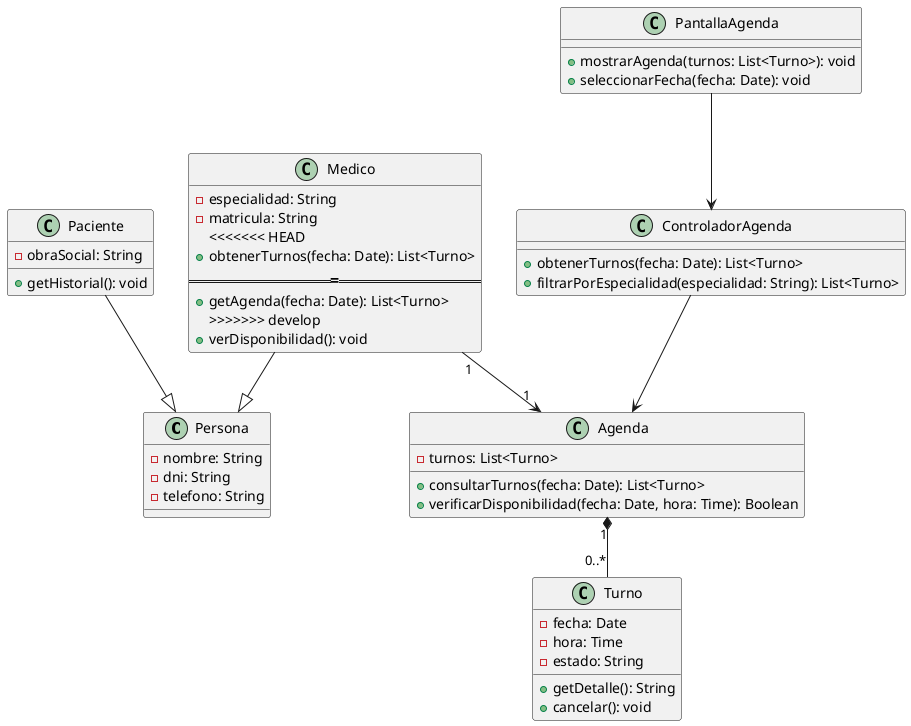
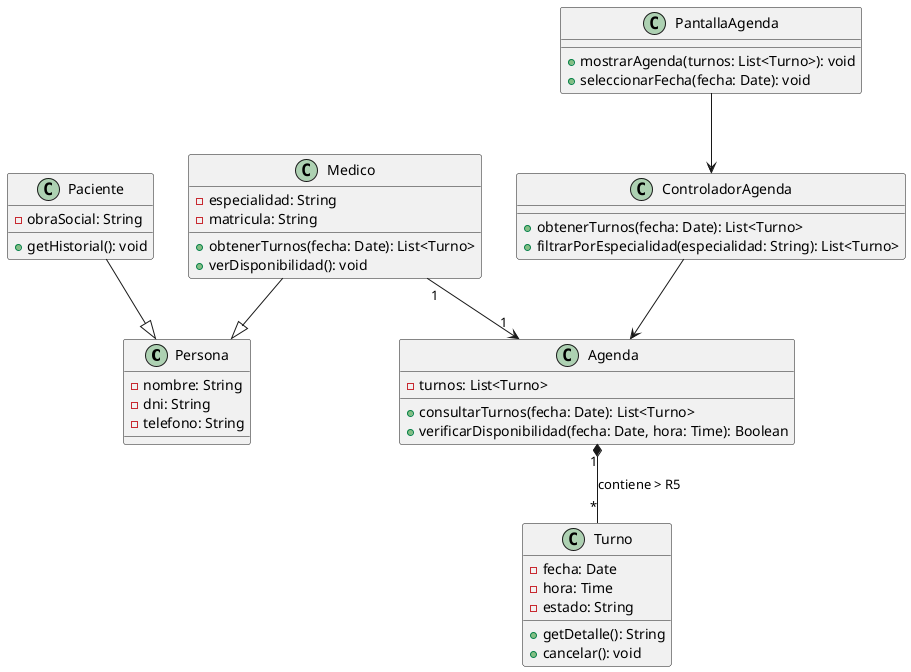
@startuml
class Persona {
  - nombre: String
  - dni: String
  - telefono: String
}

class Medico {
  - especialidad: String
  - matricula: String
- <<<<<<< HEAD
  + obtenerTurnos(fecha: Date): List<Turno>
- =======
-   + getAgenda(fecha: Date): List<Turno>
- >>>>>>> develop
  + verDisponibilidad(): void
}

class Paciente {
  - obraSocial: String
  + getHistorial(): void
}

class PantallaAgenda {
  + mostrarAgenda(turnos: List<Turno>): void
  + seleccionarFecha(fecha: Date): void
}

class ControladorAgenda {
  + obtenerTurnos(fecha: Date): List<Turno>
  + filtrarPorEspecialidad(especialidad: String): List<Turno>
}

class Agenda {
  - turnos: List<Turno>
  + consultarTurnos(fecha: Date): List<Turno>
  + verificarDisponibilidad(fecha: Date, hora: Time): Boolean
}

class Turno {
  - fecha: Date
  - hora: Time
  - estado: String
  + getDetalle(): String
  + cancelar(): void
}

Medico --|> Persona
Paciente --|> Persona
Medico "1" --> "1" Agenda
- Agenda "1" *-- "0..*" Turno
+ Agenda "1" *-- "*" Turno : contiene > R5
PantallaAgenda --> ControladorAgenda
ControladorAgenda --> Agenda
@enduml